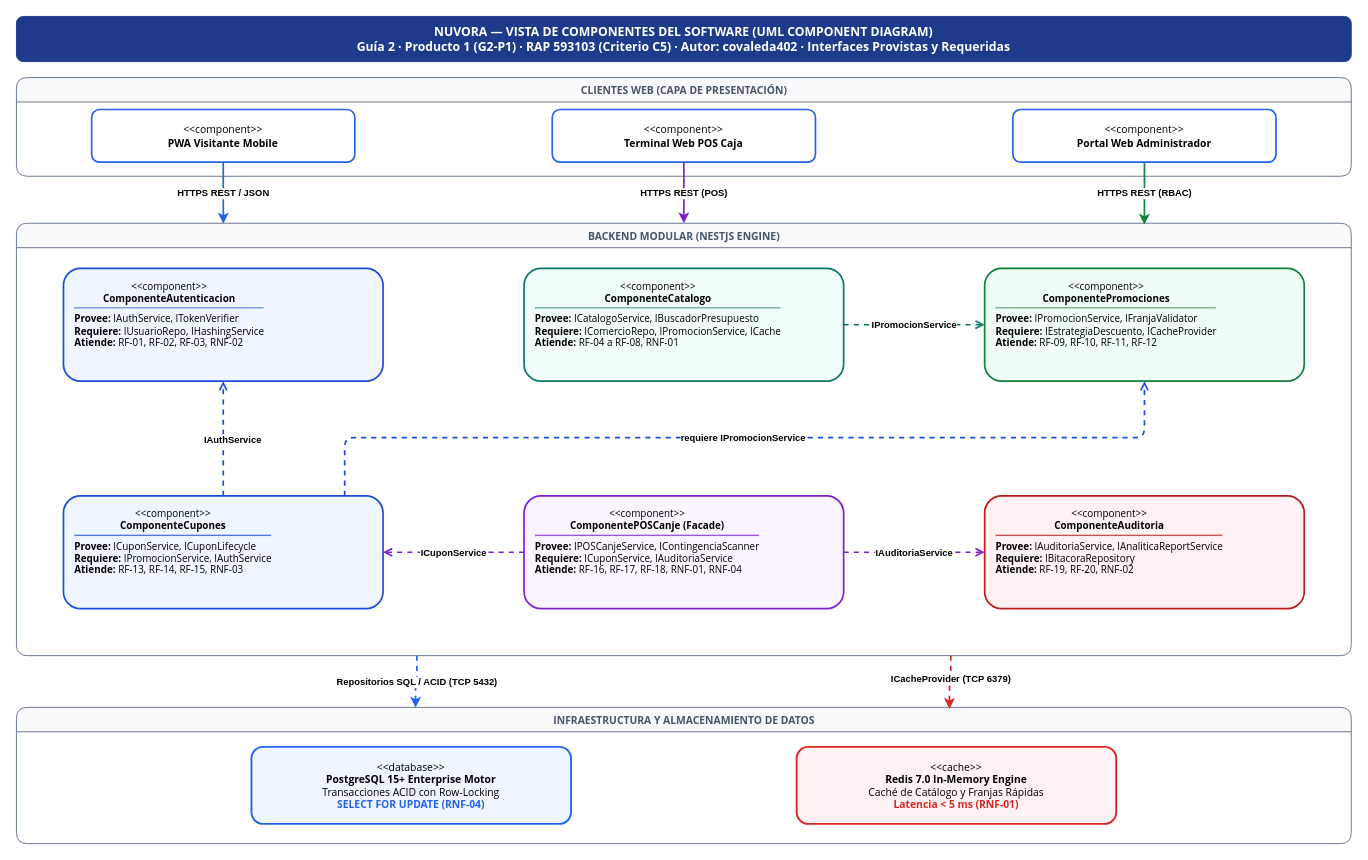
The draw.io diagram 02-training-project/01-phase/02-planning/06-architecture/04-evidence-learning/G2-P1-covaleda/05-vista-componentes.drawio in covaleda402/ADSO-3413974, before the edit. Source tidied: cells renumbered, new cells numbered last; positions are measured from the earlier drawing's top-left corner, leaving out a move shared by most shapes. Both pictures are drawn from the tidied source at 94%, with x=0, y=0 at pixel (16, 16).
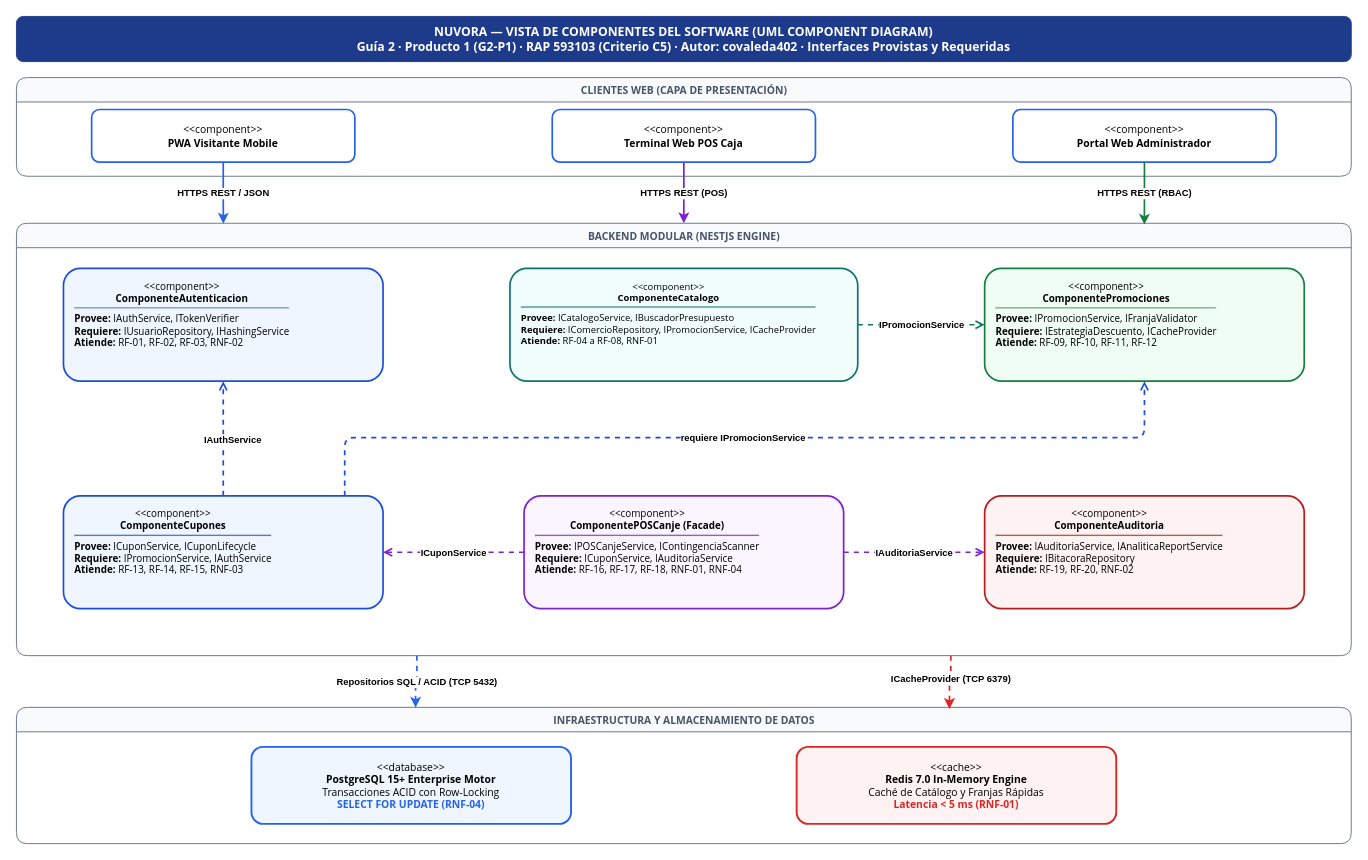
After the change.

Commit message (it also covers changes not shown here):
fix(g2-p1): pulir etiquetas en clases, unificar interfaces en componentes y flechas en despliegue

The change refers to these unchanged cells:
```xml
<mxCell id="7" value="BACKEND MODULAR (NESTJS ENGINE)" style="swimlane;html=1;startSize=26;fillColor=#F8FAFC;strokeColor=#64748B;fontColor=#475569;fontSize=11;fontStyle=1;rounded=1;fontFamily=Segoe UI;" parent="1" vertex="1">
  <mxGeometry y="220" width="1420" height="460" as="geometry" />
</mxCell>
```

Change to the diagram source:
```diff
@@
-    <mxCell id="8" value="&lt;p style=&quot;margin:0px;text-align:center;&quot;&gt;&amp;lt;&amp;lt;component&amp;gt;&amp;gt;&lt;br/&gt;&lt;b&gt;ComponenteAutenticacion&lt;/b&gt;&lt;/p&gt;&lt;hr style=&quot;border-top:1px solid #1D4ED8;margin:4px 0px;&quot;/&gt;&lt;b&gt;Provee:&lt;/b&gt; IAuthService, ITokenVerifier&lt;br/&gt;&lt;b&gt;Requiere:&lt;/b&gt; IUsuarioRepo, IHashingService&lt;br/&gt;&lt;b&gt;Atiende:&lt;/b&gt; RF-01, RF-02, RF-03, RNF-02" style="rounded=1;whiteSpace=wrap;html=1;align=left;verticalAlign=top;spacingLeft=10;spacingRight=10;spacingTop=6;fillColor=#EFF6FF;strokeColor=#1D4ED8;strokeWidth=1.8;fontSize=10.5;fontFamily=Segoe UI;" parent="7" vertex="1">
+    <mxCell id="8" value="&lt;p style=&quot;margin:0px;text-align:center;&quot;&gt;&amp;lt;&amp;lt;component&amp;gt;&amp;gt;&lt;br/&gt;&lt;b&gt;ComponenteAutenticacion&lt;/b&gt;&lt;/p&gt;&lt;hr style=&quot;border-top:1px solid #1D4ED8;margin:4px 0px;&quot;/&gt;&lt;b&gt;Provee:&lt;/b&gt; IAuthService, ITokenVerifier&lt;br/&gt;&lt;b&gt;Requiere:&lt;/b&gt; IUsuarioRepository, IHashingService&lt;br/&gt;&lt;b&gt;Atiende:&lt;/b&gt; RF-01, RF-02, RF-03, RNF-02" style="rounded=1;whiteSpace=wrap;html=1;align=left;verticalAlign=top;spacingLeft=10;spacingRight=10;spacingTop=6;fillColor=#EFF6FF;strokeColor=#1D4ED8;strokeWidth=1.8;fontSize=10.5;fontFamily=Segoe UI;" parent="7" vertex="1">
       <mxGeometry x="50" y="48" width="340" height="120" as="geometry" />
     </mxCell>
-    <mxCell id="9" value="&lt;p style=&quot;margin:0px;text-align:center;&quot;&gt;&amp;lt;&amp;lt;component&amp;gt;&amp;gt;&lt;br/&gt;&lt;b&gt;ComponenteCatalogo&lt;/b&gt;&lt;/p&gt;&lt;hr style=&quot;border-top:1px solid #0F766E;margin:4px 0px;&quot;/&gt;&lt;b&gt;Provee:&lt;/b&gt; ICatalogoService, IBuscadorPresupuesto&lt;br/&gt;&lt;b&gt;Requiere:&lt;/b&gt; IComercioRepo, IPromocionService, ICache&lt;br/&gt;&lt;b&gt;Atiende:&lt;/b&gt; RF-04 a RF-08, RNF-01" style="rounded=1;whiteSpace=wrap;html=1;align=left;verticalAlign=top;spacingLeft=10;spacingRight=10;spacingTop=6;fillColor=#F0FDFA;strokeColor=#0F766E;strokeWidth=1.8;fontSize=10.5;fontFamily=Segoe UI;" parent="7" vertex="1">
-      <mxGeometry x="540" y="48" width="340" height="120" as="geometry" />
+    <mxCell id="9" value="&lt;p style=&quot;margin:0px;text-align:center;&quot;&gt;&amp;lt;&amp;lt;component&amp;gt;&amp;gt;&lt;br/&gt;&lt;b&gt;ComponenteCatalogo&lt;/b&gt;&lt;/p&gt;&lt;hr style=&quot;border-top:1px solid #0F766E;margin:4px 0px;&quot;/&gt;&lt;b&gt;Provee:&lt;/b&gt; ICatalogoService, IBuscadorPresupuesto&lt;br/&gt;&lt;b&gt;Requiere:&lt;/b&gt; IComercioRepository, IPromocionService, ICacheProvider&lt;br/&gt;&lt;b&gt;Atiende:&lt;/b&gt; RF-04 a RF-08, RNF-01" style="rounded=1;whiteSpace=wrap;html=1;align=left;verticalAlign=top;spacingLeft=10;spacingRight=10;spacingTop=6;fillColor=#F0FDFA;strokeColor=#0F766E;strokeWidth=1.8;fontSize=10;fontFamily=Segoe UI;" parent="7" vertex="1">
+      <mxGeometry x="525" y="48" width="370" height="120" as="geometry" />
     </mxCell>
```
